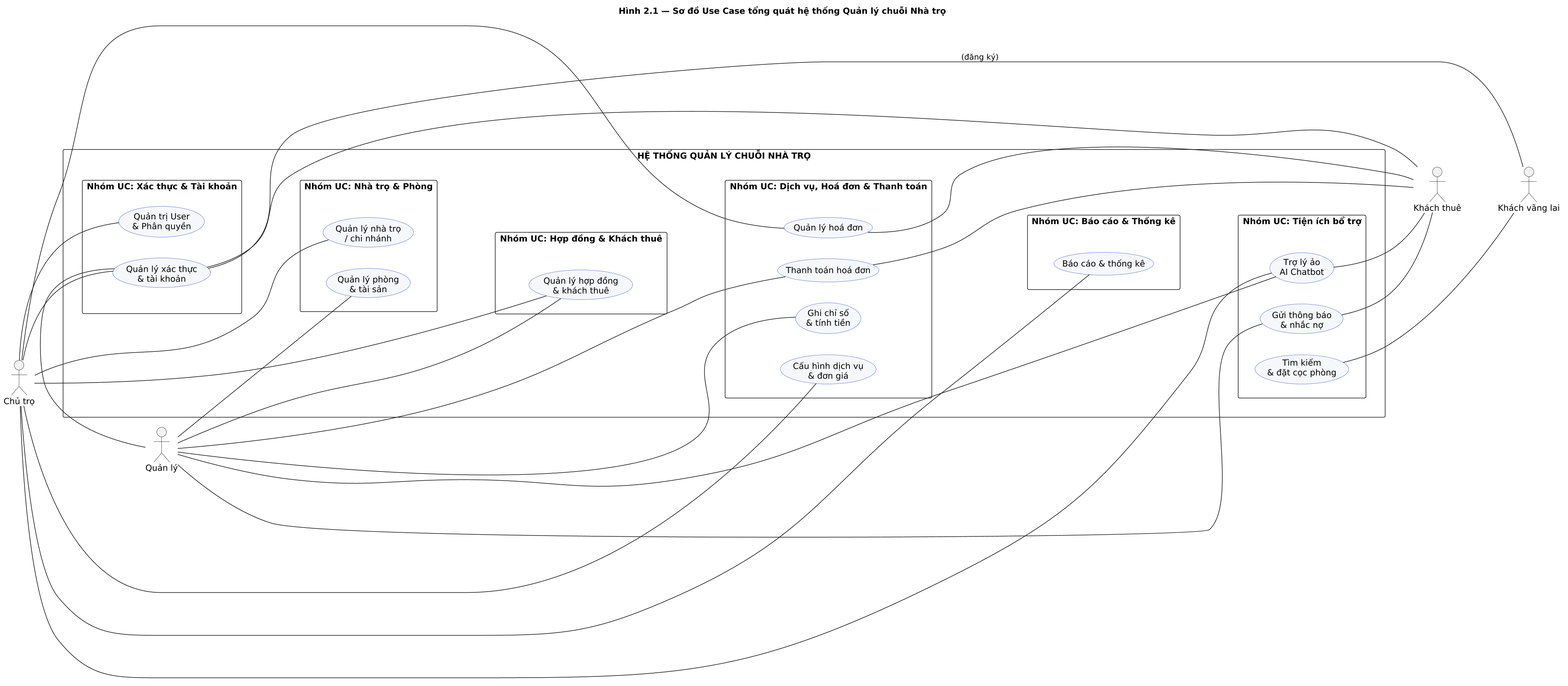
Earlier version of the PlantUML export docs/diagrams/png/2.01_uc_overall.png (DiepTuHuy/Hostel_Management).
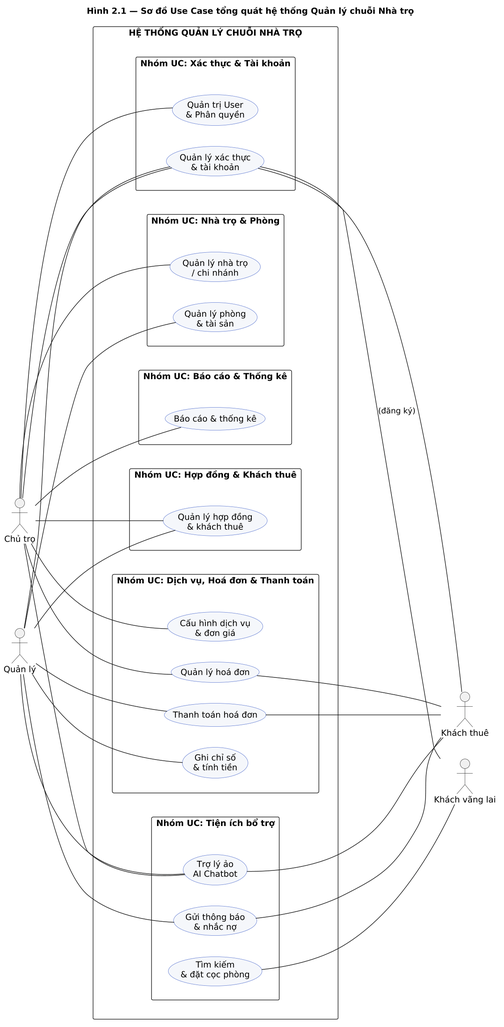
After the change.

Commit message:
doc: fix overall usecase layout to be strictly vertical and readable

Change to the diagram source:
```diff
@@ -3,6 +3,7 @@
 title Hình 2.1 — Sơ đồ Use Case tổng quát hệ thống Quản lý chuỗi Nhà trọ
 
 left to right direction
+scale 1.5
 skinparam packageStyle rectangle
 skinparam shadowing false
 skinparam usecase {
@@ -15,8 +16,8 @@
 actor "Khách thuê"     as Tenant
 actor "Khách vãng lai" as Visitor
 
-Owner -[hidden]down-> Manager
-Tenant -[hidden]down-> Visitor
+Owner -[hidden]right-> Manager
+Tenant -[hidden]right-> Visitor
 
 rectangle "HỆ THỐNG QUẢN LÝ CHUỖI NHÀ TRỌ" {
 
@@ -51,11 +52,11 @@
     usecase "Trợ lý ảo\nAI Chatbot"                    as UC_Chat
   }
 
-  pkg_A -[hidden]down-> pkg_B
-  pkg_B -[hidden]down-> pkg_C
-  pkg_C -[hidden]down-> pkg_D
-  pkg_D -[hidden]down-> pkg_E
-  pkg_E -[hidden]down-> pkg_F
+  pkg_A -[hidden]right-> pkg_B
+  pkg_B -[hidden]right-> pkg_C
+  pkg_C -[hidden]right-> pkg_D
+  pkg_D -[hidden]right-> pkg_E
+  pkg_E -[hidden]right-> pkg_F
 }
 
 Owner -- UC_Auth
```
